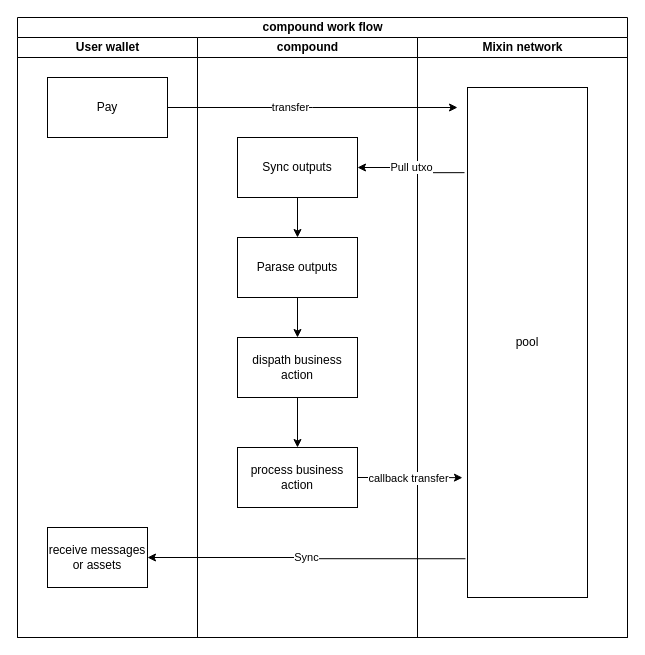
fox-one/compound keeps this draw.io diagram as docs/images/workflow.drawio. Above is the earlier version. Source tidied: cells renumbered, new cells numbered last; positions are measured from the earlier drawing's top-left corner, leaving out a move shared by most shapes. Both pictures are drawn from the tidied source at 100%, with x=0, y=0 at pixel (17, 17).
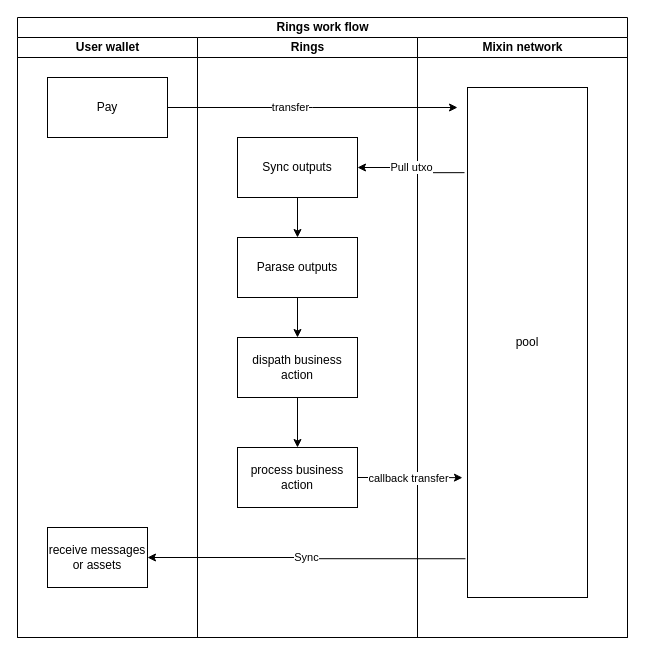
Above is the later version.

Diff of the diagram source:
```diff
@@
-    <mxCell id="2" value="compound work flow" style="swimlane;html=1;startSize=20;" parent="1" vertex="1">
+    <mxCell id="2" value="Rings work flow" style="swimlane;html=1;startSize=20;" parent="1" vertex="1">
       <mxGeometry width="610" height="620" as="geometry" />
     </mxCell>
@@
-    <mxCell id="6" value="compound" style="swimlane;html=1;startSize=20;" parent="2" vertex="1">
+    <mxCell id="6" value="Rings" style="swimlane;html=1;startSize=20;" parent="2" vertex="1">
       <mxGeometry x="180" y="20" width="220" height="600" as="geometry" />
     </mxCell>
```
